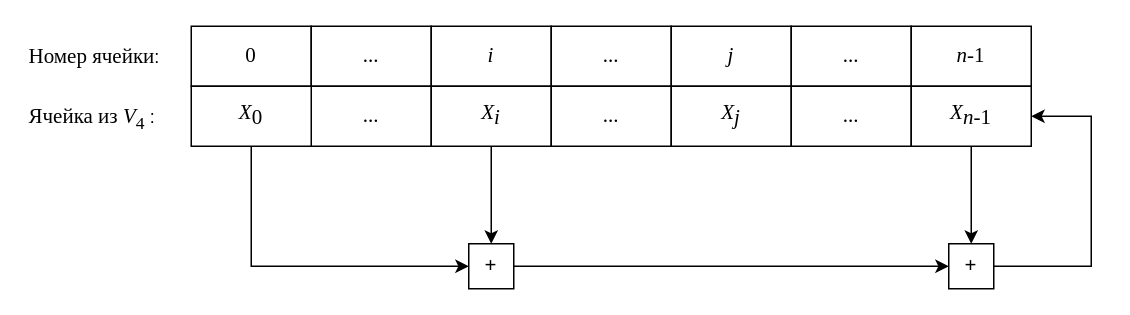
Before: sv-mod.drawio in klauz42/mag_research_work, a draw.io diagram. Source tidied: cells renumbered, new cells numbered last; positions are measured from the earlier drawing's top-left corner, leaving out a move shared by most shapes. Both pictures are drawn from the tidied source at 150%, with x=0, y=0 at pixel (26, 26).
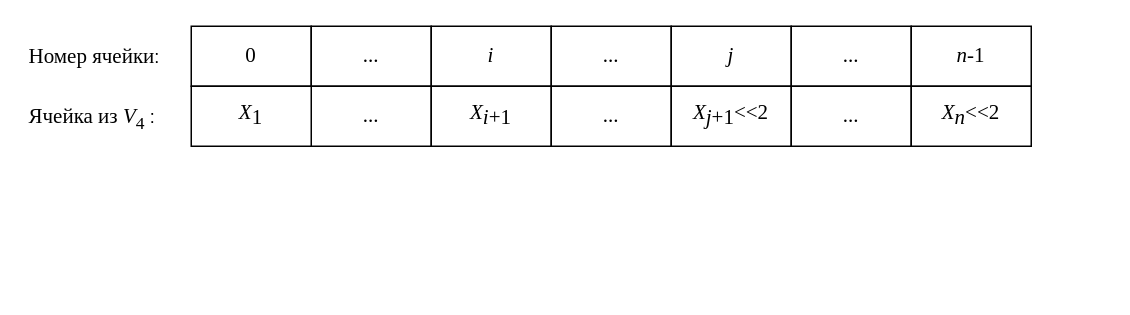
After the change.

The edit, as a diff of the source:
```diff
@@
-    <mxCell id="10" value="X&lt;sub style=&quot;font-size: 14px;&quot;&gt;i&lt;/sub&gt;" style="rounded=0;whiteSpace=wrap;html=1;fontStyle=2;fontSize=14;fontFamily=Times New Roman;" parent="1" vertex="1">
+    <mxCell id="10" value="X&lt;sub style=&quot;font-size: 14px&quot;&gt;i&lt;span style=&quot;font-style: normal&quot;&gt;+1&lt;/span&gt;&lt;/sub&gt;" style="rounded=0;whiteSpace=wrap;html=1;fontStyle=2;fontSize=14;fontFamily=Times New Roman;" parent="1" vertex="1">
       <mxGeometry x="270" y="40" width="80" height="40" as="geometry" />
     </mxCell>
@@
-    <mxCell id="12" value="&lt;i style=&quot;font-size: 14px;&quot;&gt;X&lt;sub style=&quot;font-size: 14px;&quot;&gt;j&lt;/sub&gt;&lt;/i&gt;" style="rounded=0;whiteSpace=wrap;html=1;fontSize=14;fontFamily=Times New Roman;" parent="1" vertex="1">
+    <mxCell id="12" value="&lt;span style=&quot;font-size: 14px&quot;&gt;&lt;i&gt;X&lt;/i&gt;&lt;sub style=&quot;font-size: 14px&quot;&gt;&lt;i&gt;j&lt;/i&gt;+1&lt;/sub&gt;&lt;/span&gt;&amp;lt;&amp;lt;2" style="rounded=0;whiteSpace=wrap;html=1;fontSize=14;fontFamily=Times New Roman;" parent="1" vertex="1">
       <mxGeometry x="430" y="40" width="80" height="40" as="geometry" />
     </mxCell>
@@
-    <mxCell id="14" value="&lt;i style=&quot;font-size: 14px;&quot;&gt;X&lt;/i&gt;&lt;span style=&quot;font-size: 14px;&quot;&gt;&lt;sub style=&quot;font-size: 14px;&quot;&gt;&lt;i style=&quot;font-size: 14px;&quot;&gt;n&lt;/i&gt;-1&lt;/sub&gt;&lt;/span&gt;" style="rounded=0;whiteSpace=wrap;html=1;fontSize=14;fontFamily=Times New Roman;" parent="1" vertex="1">
+    <mxCell id="14" value="&lt;i style=&quot;font-size: 14px&quot;&gt;X&lt;/i&gt;&lt;span style=&quot;font-size: 14px&quot;&gt;&lt;sub style=&quot;font-size: 14px&quot;&gt;&lt;i style=&quot;font-size: 14px&quot;&gt;n&lt;/i&gt;&lt;/sub&gt;&lt;/span&gt;&amp;lt;&amp;lt;2" style="rounded=0;whiteSpace=wrap;html=1;fontSize=14;fontFamily=Times New Roman;" parent="1" vertex="1">
       <mxGeometry x="590" y="40" width="80" height="40" as="geometry" />
     </mxCell>
-    <mxCell id="15" value="X&lt;span style=&quot;font-style: normal; font-size: 14px;&quot;&gt;&lt;sub style=&quot;font-size: 14px;&quot;&gt;0&lt;/sub&gt;&lt;/span&gt;" style="rounded=0;whiteSpace=wrap;html=1;fontStyle=2;fontSize=14;fontFamily=Times New Roman;" parent="1" vertex="1">
+    <mxCell id="15" value="X&lt;sub style=&quot;font-size: 14px ; font-style: normal&quot;&gt;1&lt;/sub&gt;" style="rounded=0;whiteSpace=wrap;html=1;fontStyle=2;fontSize=14;fontFamily=Times New Roman;" parent="1" vertex="1">
       <mxGeometry x="110" y="40" width="80" height="40" as="geometry" />
     </mxCell>
@@
-    <mxCell id="17" value="+" style="rounded=0;whiteSpace=wrap;html=1;fontSize=14;fontStyle=1;fontFamily=Times New Roman;" parent="1" vertex="1">
-      <mxGeometry x="295" y="145" width="30" height="30" as="geometry" />
-    </mxCell>
-    <mxCell id="18" value="+" style="rounded=0;whiteSpace=wrap;html=1;fontSize=14;fontStyle=1;fontFamily=Times New Roman;" parent="1" vertex="1">
-      <mxGeometry x="615" y="145" width="30" height="30" as="geometry" />
-    </mxCell>
-    <mxCell id="19" style="endArrow=classic;html=1;exitX=0.5;exitY=1;exitDx=0;exitDy=0;entryX=0.5;entryY=0;entryDx=0;entryDy=0;fontSize=14;fontFamily=Times New Roman;" parent="1" edge="1" source="10" target="17">
-      <mxGeometry relative="1" as="geometry" />
-    </mxCell>
-    <mxCell id="20" style="endArrow=classic;html=1;exitX=0.5;exitY=1;exitDx=0;exitDy=0;entryX=0.5;entryY=0;entryDx=0;entryDy=0;fontSize=14;fontFamily=Times New Roman;" parent="1" edge="1" source="14" target="18">
-      <mxGeometry relative="1" as="geometry" />
-    </mxCell>
-    <mxCell id="21" style="endArrow=classic;html=1;exitX=0.5;exitY=1;exitDx=0;exitDy=0;entryX=0;entryY=0.5;entryDx=0;entryDy=0;rounded=0;fontSize=14;fontFamily=Times New Roman;" parent="1" edge="1" source="15" target="17">
-      <mxGeometry relative="1" as="geometry">
-        <Array as="points">
-          <mxPoint x="150" y="160" />
-        </Array>
-      </mxGeometry>
-    </mxCell>
-    <mxCell id="22" style="endArrow=classic;html=1;exitX=1;exitY=0.5;exitDx=0;exitDy=0;entryX=0;entryY=0.5;entryDx=0;entryDy=0;fontSize=14;fontStyle=1;fontFamily=Times New Roman;" parent="1" edge="1" source="17" target="18">
-      <mxGeometry relative="1" as="geometry" />
-    </mxCell>
-    <mxCell id="23" style="endArrow=classic;html=1;exitX=1;exitY=0.5;exitDx=0;exitDy=0;entryX=1;entryY=0.5;entryDx=0;entryDy=0;rounded=0;fontSize=14;fontFamily=Times New Roman;" parent="1" edge="1" source="18" target="14">
-      <mxGeometry relative="1" as="geometry">
-        <Array as="points">
-          <mxPoint x="710" y="160" />
-          <mxPoint x="710" y="60" />
-        </Array>
-      </mxGeometry>
-    </mxCell>
```
